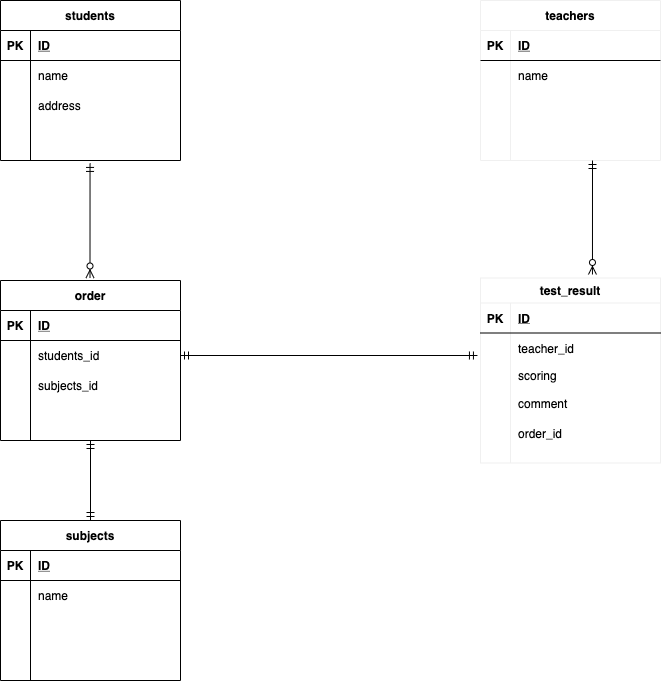
Above: index.drawio.png in hosei0514/ER_TEST (draw.io), before the change. Source tidied: cells renumbered, new cells last; positions are measured from the earlier drawing's top-left corner, leaving out a move shared by most shapes.
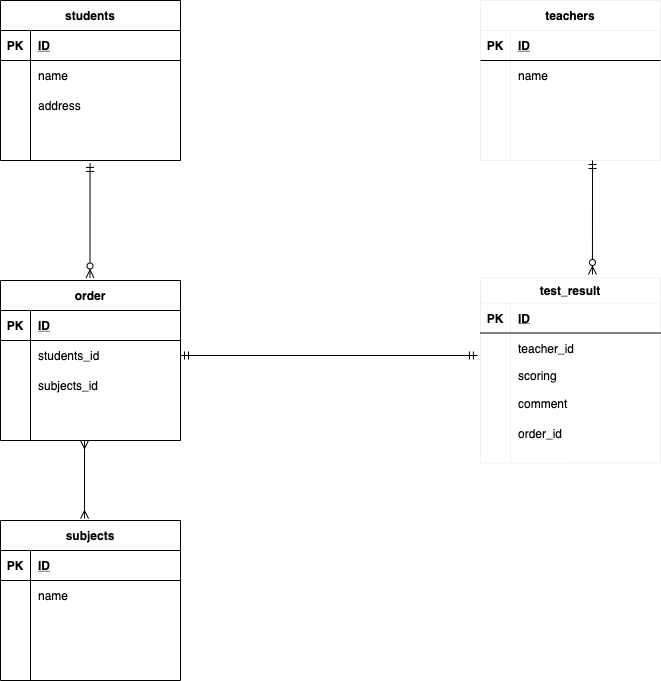
The same diagram one commit later.

Change to the diagram source:
```diff
@@ -220,8 +220,10 @@
     <mxCell id="72" style="fontSize=12;html=1;endArrow=ERmandOne;startArrow=ERmandOne;exitX=1;exitY=0.5;exitDx=0;exitDy=0;entryX=-0.017;entryY=0.75;entryDx=0;entryDy=0;entryPerimeter=0;" parent="1" edge="1" source="49" target="32">
       <mxGeometry relative="1" as="geometry" />
     </mxCell>
-    <mxCell id="73" style="fontSize=12;html=1;endArrow=ERmandOne;startArrow=ERmandOne;exitX=0.5;exitY=1;exitDx=0;exitDy=0;entryX=0.5;entryY=0;entryDx=0;entryDy=0;" parent="1" edge="1" source="45" target="59">
-      <mxGeometry relative="1" as="geometry" />
-    </mxCell>
+    <mxCell id="74" style="fontSize=12;html=1;endArrow=ERmany;startArrow=ERmany;exitX=0.467;exitY=-0.012;exitDx=0;exitDy=0;exitPerimeter=0;" parent="1" edge="1" source="59">
+      <mxGeometry relative="1" as="geometry">
+        <mxPoint x="84" y="440" as="targetPoint" />
+      </mxGeometry>
+    </mxCell>
   </root>
 </mxGraphModel>
```
